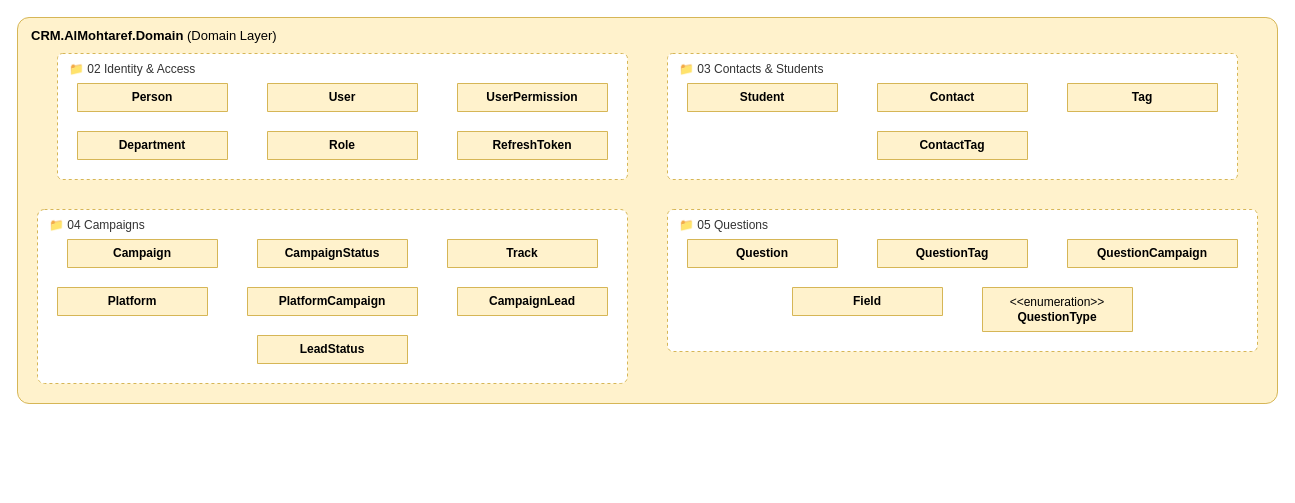
Earlier version of the draw.io diagram page "01 Overview" (1 of 5) of docs/design/classes/domain.drawio (QF-MJ/crm-al-mohtaref). Source tidied: cells renumbered, new cells numbered last; positions are measured from the earlier drawing's top-left corner, leaving out a move shared by most shapes. Both pictures are drawn from the tidied source at 100%, with x=0, y=0 at pixel (17, 17).
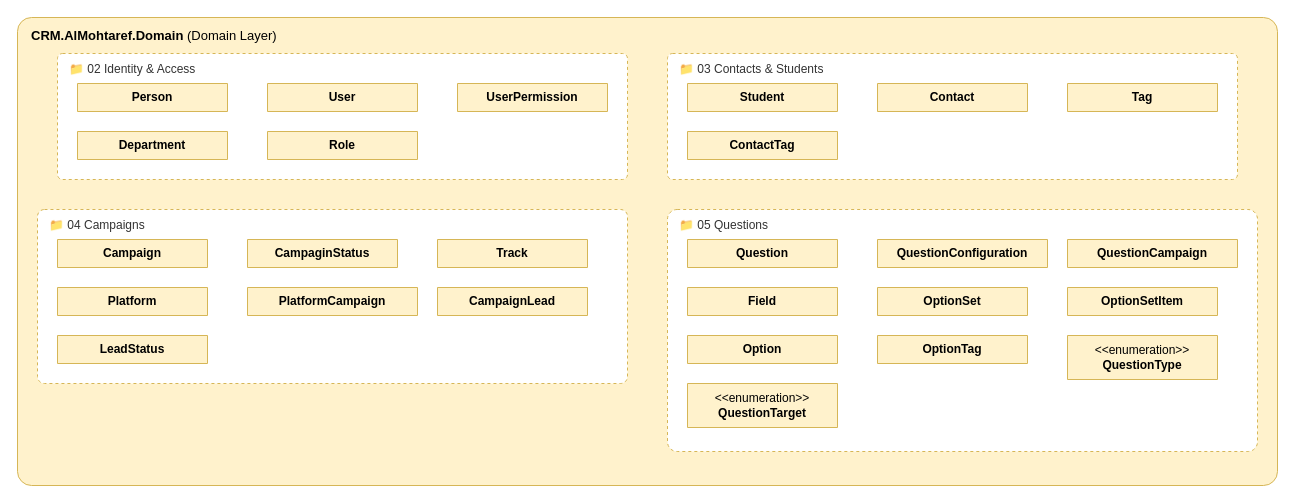
The same page after the edit.

Unchanged cells that the change refers to:
```xml
<mxCell id="3" value="&amp;#128193; 02 Identity &amp;amp; Access" style="rounded=1;whiteSpace=wrap;html=1;verticalAlign=top;align=left;spacingLeft=10;spacingTop=2;arcSize=4;fillColor=#FFFFFF;strokeColor=#d6b656;dashed=1;fontSize=12;fontColor=#333333;" parent="2" vertex="1">
  <mxGeometry x="40" y="36" width="570" height="126" as="geometry" />
</mxCell>
<mxCell id="10" value="&amp;#128193; 03 Contacts &amp;amp; Students" style="rounded=1;whiteSpace=wrap;html=1;verticalAlign=top;align=left;spacingLeft=10;spacingTop=2;arcSize=4;fillColor=#FFFFFF;strokeColor=#d6b656;dashed=1;fontSize=12;fontColor=#333333;" parent="2" vertex="1">
  <mxGeometry x="650" y="36" width="570" height="126" as="geometry" />
</mxCell>
<mxCell id="15" value="&amp;#128193; 04 Campaigns" style="rounded=1;whiteSpace=wrap;html=1;verticalAlign=top;align=left;spacingLeft=10;spacingTop=2;arcSize=4;fillColor=#FFFFFF;strokeColor=#d6b656;dashed=1;fontSize=12;fontColor=#333333;" parent="2" vertex="1">
  <mxGeometry x="20" y="192" width="590" height="174" as="geometry" />
</mxCell>
```

The edit, as a diff of the source:
```diff
@@
     <mxCell id="2" value="&lt;b&gt;CRM.AlMohtaref.Domain&lt;/b&gt; (Domain Layer)" style="rounded=1;whiteSpace=wrap;html=1;verticalAlign=top;align=left;spacingLeft=12;spacingTop=4;arcSize=3;fillColor=#fff2cc;strokeColor=#d6b656;fontSize=13;" parent="1" vertex="1">
-      <mxGeometry width="1260" height="386" as="geometry" />
+      <mxGeometry width="1260" height="468" as="geometry" />
     </mxCell>
@@
-    <mxCell id="9" value="&lt;b&gt;RefreshToken&lt;/b&gt;" style="swimlane;fontStyle=0;align=center;verticalAlign=middle;horizontal=1;startSize=28;html=1;whiteSpace=wrap;fontSize=12;fillColor=#fff2cc;strokeColor=#d6b656;swimlaneFillColor=#FFFFFF;" parent="3" vertex="1">
-      <mxGeometry x="400" y="78" width="150" height="28" as="geometry" />
-    </mxCell>
@@
     <mxCell id="14" value="&lt;b&gt;ContactTag&lt;/b&gt;" style="swimlane;fontStyle=0;align=center;verticalAlign=middle;horizontal=1;startSize=28;html=1;whiteSpace=wrap;fontSize=12;fillColor=#fff2cc;strokeColor=#d6b656;swimlaneFillColor=#FFFFFF;" parent="10" vertex="1">
-      <mxGeometry x="210" y="78" width="150" height="28" as="geometry" />
+      <mxGeometry x="20" y="78" width="150" height="28" as="geometry" />
     </mxCell>
@@
     <mxCell id="16" value="&lt;b&gt;Campaign&lt;/b&gt;" style="swimlane;fontStyle=0;align=center;verticalAlign=middle;horizontal=1;startSize=28;html=1;whiteSpace=wrap;fontSize=12;fillColor=#fff2cc;strokeColor=#d6b656;swimlaneFillColor=#FFFFFF;" parent="15" vertex="1">
-      <mxGeometry x="30" y="30" width="150" height="28" as="geometry" />
+      <mxGeometry x="20" y="30" width="150" height="28" as="geometry" />
     </mxCell>
-    <mxCell id="17" value="&lt;b&gt;CampaignStatus&lt;/b&gt;" style="swimlane;fontStyle=0;align=center;verticalAlign=middle;horizontal=1;startSize=28;html=1;whiteSpace=wrap;fontSize=12;fillColor=#fff2cc;strokeColor=#d6b656;swimlaneFillColor=#FFFFFF;" parent="15" vertex="1">
-      <mxGeometry x="220" y="30" width="150" height="28" as="geometry" />
-    </mxCell>
+    <mxCell id="29" value="&lt;b&gt;CampaginStatus&lt;/b&gt;" style="swimlane;fontStyle=0;align=center;verticalAlign=middle;horizontal=1;startSize=28;html=1;whiteSpace=wrap;fontSize=12;fillColor=#fff2cc;strokeColor=#d6b656;swimlaneFillColor=#FFFFFF;" parent="15" vertex="1">
+      <mxGeometry x="210" y="30" width="150" height="28" as="geometry" />
+    </mxCell>
     <mxCell id="18" value="&lt;b&gt;Track&lt;/b&gt;" style="swimlane;fontStyle=0;align=center;verticalAlign=middle;horizontal=1;startSize=28;html=1;whiteSpace=wrap;fontSize=12;fillColor=#fff2cc;strokeColor=#d6b656;swimlaneFillColor=#FFFFFF;" parent="15" vertex="1">
-      <mxGeometry x="410" y="30" width="150" height="28" as="geometry" />
+      <mxGeometry x="400" y="30" width="150" height="28" as="geometry" />
     </mxCell>
@@
     <mxCell id="21" value="&lt;b&gt;CampaignLead&lt;/b&gt;" style="swimlane;fontStyle=0;align=center;verticalAlign=middle;horizontal=1;startSize=28;html=1;whiteSpace=wrap;fontSize=12;fillColor=#fff2cc;strokeColor=#d6b656;swimlaneFillColor=#FFFFFF;" parent="15" vertex="1">
-      <mxGeometry x="420" y="78" width="150" height="28" as="geometry" />
+      <mxGeometry x="400" y="78" width="150" height="28" as="geometry" />
     </mxCell>
     <mxCell id="22" value="&lt;b&gt;LeadStatus&lt;/b&gt;" style="swimlane;fontStyle=0;align=center;verticalAlign=middle;horizontal=1;startSize=28;html=1;whiteSpace=wrap;fontSize=12;fillColor=#fff2cc;strokeColor=#d6b656;swimlaneFillColor=#FFFFFF;" parent="15" vertex="1">
-      <mxGeometry x="220" y="126" width="150" height="28" as="geometry" />
+      <mxGeometry x="20" y="126" width="150" height="28" as="geometry" />
     </mxCell>
     <mxCell id="23" value="&amp;#128193; 05 Questions" style="rounded=1;whiteSpace=wrap;html=1;verticalAlign=top;align=left;spacingLeft=10;spacingTop=2;arcSize=4;fillColor=#FFFFFF;strokeColor=#d6b656;dashed=1;fontSize=12;fontColor=#333333;" parent="2" vertex="1">
-      <mxGeometry x="650" y="192" width="590" height="142" as="geometry" />
+      <mxGeometry x="650" y="192" width="590" height="242" as="geometry" />
     </mxCell>
@@
-    <mxCell id="25" value="&lt;b&gt;QuestionTag&lt;/b&gt;" style="swimlane;fontStyle=0;align=center;verticalAlign=middle;horizontal=1;startSize=28;html=1;whiteSpace=wrap;fontSize=12;fillColor=#fff2cc;strokeColor=#d6b656;swimlaneFillColor=#FFFFFF;" parent="23" vertex="1">
-      <mxGeometry x="210" y="30" width="150" height="28" as="geometry" />
-    </mxCell>
+    <mxCell id="30" value="&lt;b&gt;QuestionConfiguration&lt;/b&gt;" style="swimlane;fontStyle=0;align=center;verticalAlign=middle;horizontal=1;startSize=28;html=1;whiteSpace=wrap;fontSize=12;fillColor=#fff2cc;strokeColor=#d6b656;swimlaneFillColor=#FFFFFF;" parent="23" vertex="1">
+      <mxGeometry x="210" y="30" width="170" height="28" as="geometry" />
+    </mxCell>
@@
     <mxCell id="27" value="&lt;b&gt;Field&lt;/b&gt;" style="swimlane;fontStyle=0;align=center;verticalAlign=middle;horizontal=1;startSize=28;html=1;whiteSpace=wrap;fontSize=12;fillColor=#fff2cc;strokeColor=#d6b656;swimlaneFillColor=#FFFFFF;" parent="23" vertex="1">
-      <mxGeometry x="125" y="78" width="150" height="28" as="geometry" />
+      <mxGeometry x="20" y="78" width="150" height="28" as="geometry" />
     </mxCell>
+    <mxCell id="31" value="&lt;b&gt;OptionSet&lt;/b&gt;" style="swimlane;fontStyle=0;align=center;verticalAlign=middle;horizontal=1;startSize=28;html=1;whiteSpace=wrap;fontSize=12;fillColor=#fff2cc;strokeColor=#d6b656;swimlaneFillColor=#FFFFFF;" parent="23" vertex="1">
+      <mxGeometry x="210" y="78" width="150" height="28" as="geometry" />
+    </mxCell>
+    <mxCell id="32" value="&lt;b&gt;OptionSetItem&lt;/b&gt;" style="swimlane;fontStyle=0;align=center;verticalAlign=middle;horizontal=1;startSize=28;html=1;whiteSpace=wrap;fontSize=12;fillColor=#fff2cc;strokeColor=#d6b656;swimlaneFillColor=#FFFFFF;" parent="23" vertex="1">
+      <mxGeometry x="400" y="78" width="150" height="28" as="geometry" />
+    </mxCell>
+    <mxCell id="33" value="&lt;b&gt;Option&lt;/b&gt;" style="swimlane;fontStyle=0;align=center;verticalAlign=middle;horizontal=1;startSize=28;html=1;whiteSpace=wrap;fontSize=12;fillColor=#fff2cc;strokeColor=#d6b656;swimlaneFillColor=#FFFFFF;" parent="23" vertex="1">
+      <mxGeometry x="20" y="126" width="150" height="28" as="geometry" />
+    </mxCell>
+    <mxCell id="34" value="&lt;b&gt;OptionTag&lt;/b&gt;" style="swimlane;fontStyle=0;align=center;verticalAlign=middle;horizontal=1;startSize=28;html=1;whiteSpace=wrap;fontSize=12;fillColor=#fff2cc;strokeColor=#d6b656;swimlaneFillColor=#FFFFFF;" parent="23" vertex="1">
+      <mxGeometry x="210" y="126" width="150" height="28" as="geometry" />
+    </mxCell>
     <mxCell id="28" value="&amp;lt;&amp;lt;enumeration&amp;gt;&amp;gt;&lt;br&gt;&lt;b&gt;QuestionType&lt;/b&gt;" style="swimlane;fontStyle=0;align=center;verticalAlign=middle;horizontal=1;startSize=44;html=1;whiteSpace=wrap;fontSize=12;fillColor=#fff2cc;strokeColor=#d6b656;swimlaneFillColor=#FFFFFF;" parent="23" vertex="1">
-      <mxGeometry x="315" y="78" width="150" height="44" as="geometry" />
+      <mxGeometry x="400" y="126" width="150" height="44" as="geometry" />
     </mxCell>
+    <mxCell id="35" value="&amp;lt;&amp;lt;enumeration&amp;gt;&amp;gt;&lt;br&gt;&lt;b&gt;QuestionTarget&lt;/b&gt;" style="swimlane;fontStyle=0;align=center;verticalAlign=middle;horizontal=1;startSize=44;html=1;whiteSpace=wrap;fontSize=12;fillColor=#fff2cc;strokeColor=#d6b656;swimlaneFillColor=#FFFFFF;" parent="23" vertex="1">
+      <mxGeometry x="20" y="174" width="150" height="44" as="geometry" />
+    </mxCell>
```
